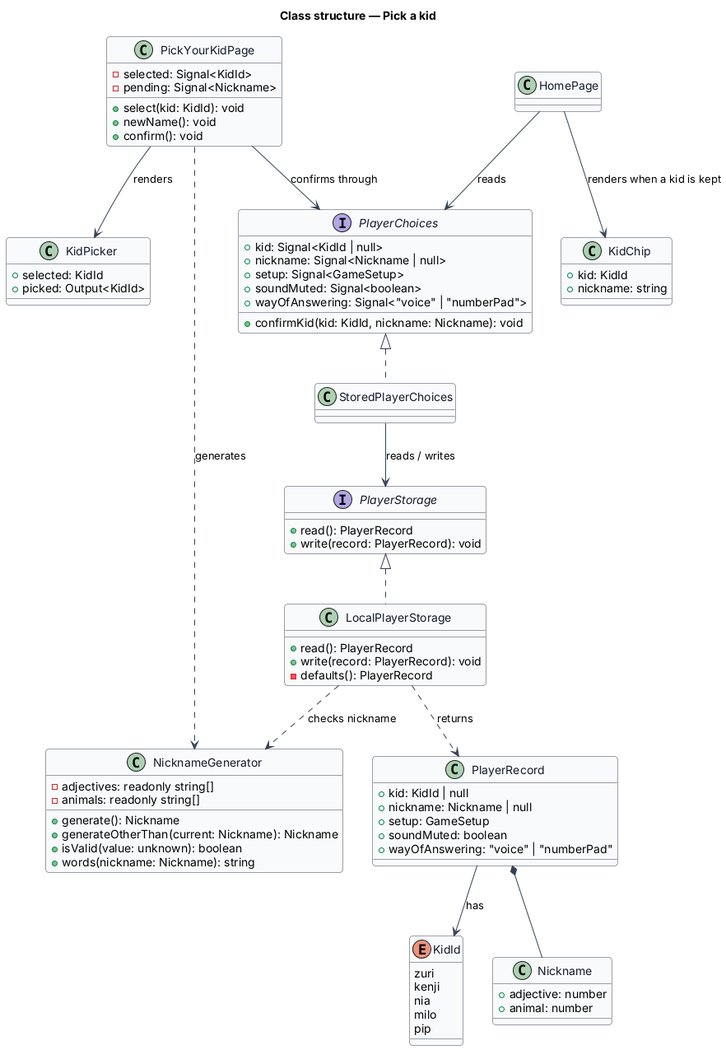
The PlantUML diagram docs/detailed-designs/player/pick-kid/diagrams/class-structure.png in QuinntyneBrown/around-the-world, before a commit. Its source is kept beside it as docs/detailed-designs/player/pick-kid/diagrams/class-structure.puml.
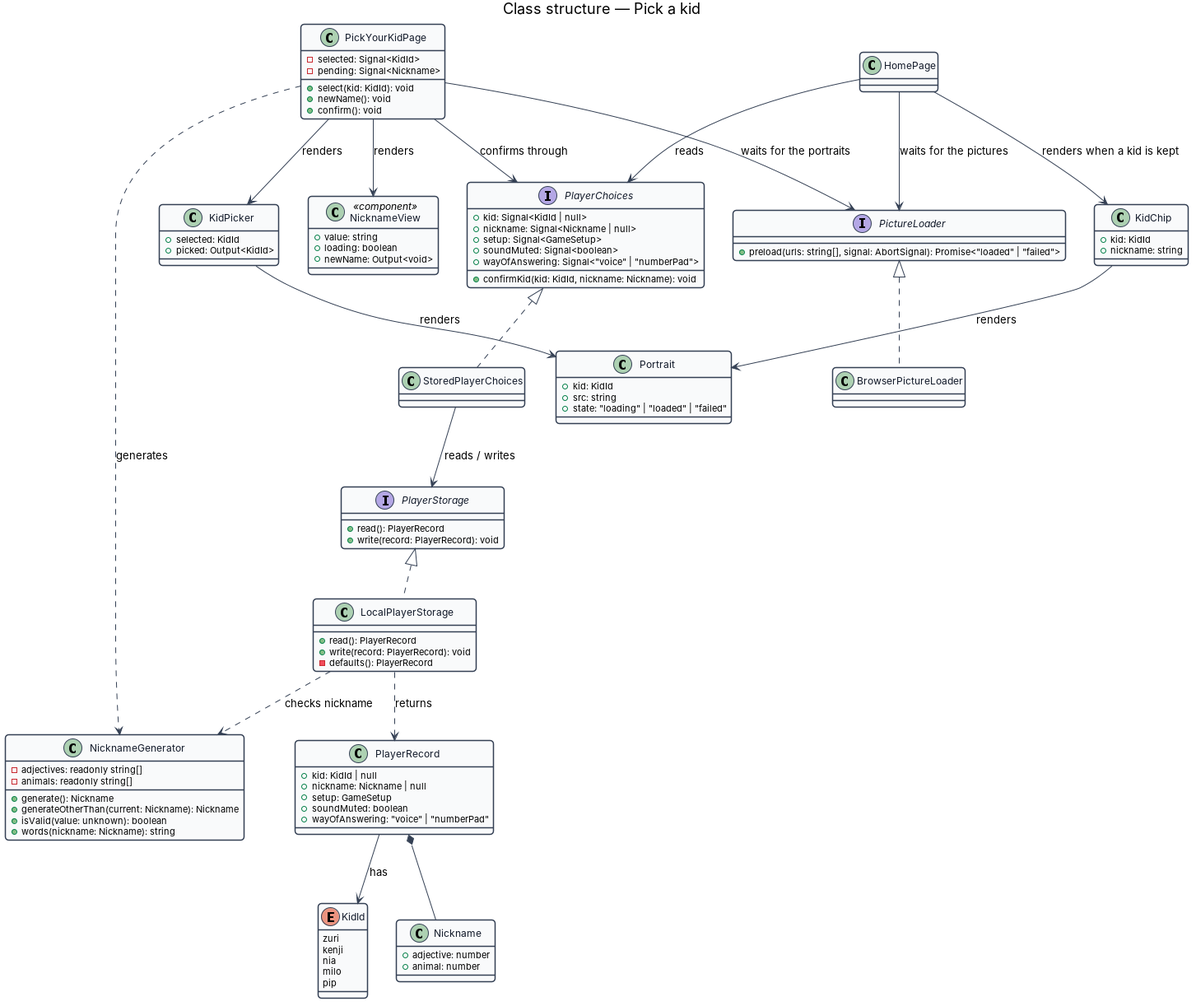
After the commit.

Change to the diagram source:
```diff
@@ -83,6 +83,24 @@
 
 class HomePage
 
+interface PictureLoader {
+  +preload(urls: string[], signal: AbortSignal): Promise<"loaded" | "failed">
+}
+
+class BrowserPictureLoader
+
+class Portrait {
+  +kid: KidId
+  +src: string
+  +state: "loading" | "loaded" | "failed"
+}
+
+class NicknameView <<component>> {
+  +value: string
+  +loading: boolean
+  +newName: Output<void>
+}
+
 PlayerStorage <|.. LocalPlayerStorage
 PlayerChoices <|.. StoredPlayerChoices
 PlayerRecord *-- Nickname
@@ -95,4 +113,10 @@
 PickYourKidPage --> KidPicker : renders
 HomePage --> PlayerChoices : reads
 HomePage --> KidChip : renders when a kid is kept
+PictureLoader <|.. BrowserPictureLoader
+PickYourKidPage --> PictureLoader : waits for the portraits
+HomePage --> PictureLoader : waits for the pictures
+PickYourKidPage --> NicknameView : renders
+KidPicker --> Portrait : renders
+KidChip --> Portrait : renders
 @enduml
```
